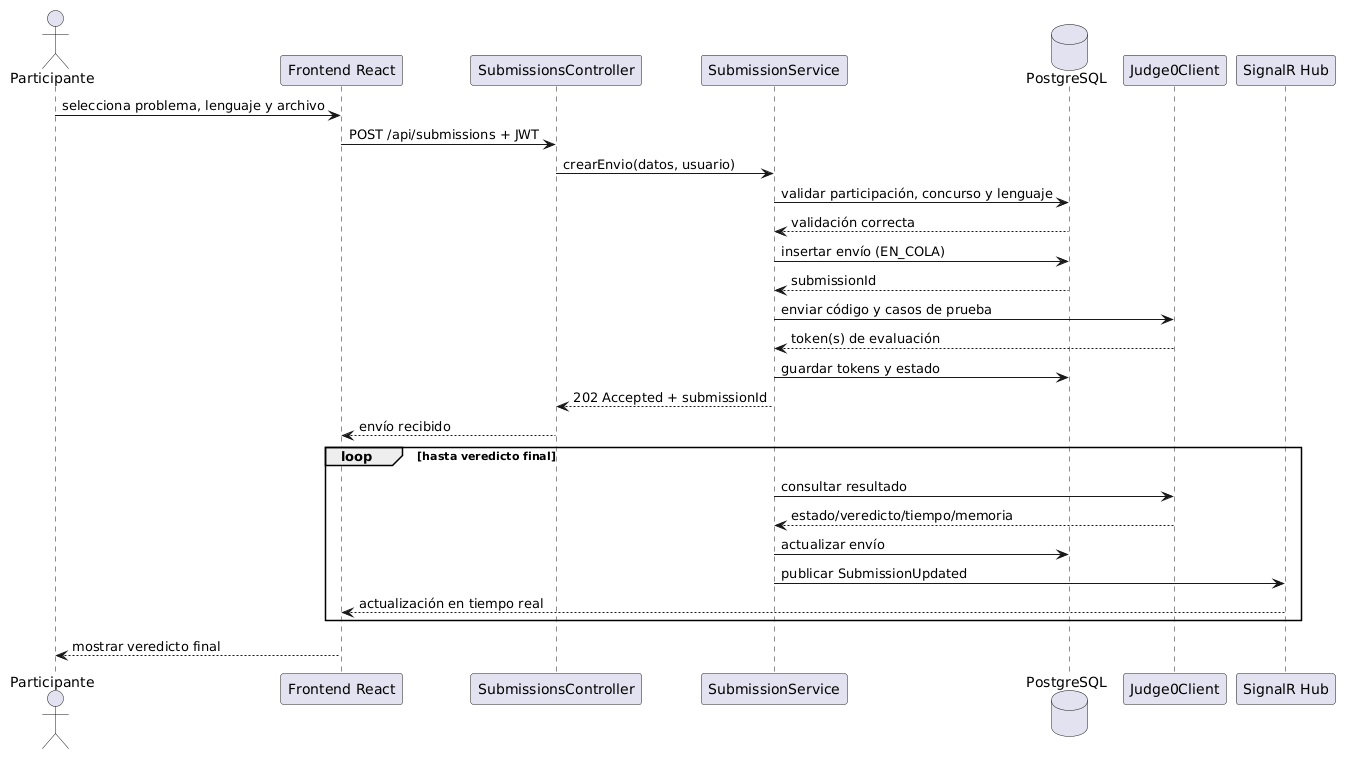
This is docs/images/secuencia-envio-solucion.png from Alex-Fernandez-2003/UPDS-JUDGE-FRONT, a PlantUML export, as it was before one commit. Source of this version:
```plantuml
@startuml
actor Participante
participant "Frontend React" as Front
participant "SubmissionsController" as Controller
participant "SubmissionService" as Service
database "PostgreSQL" as DB
participant "Judge0Client" as Judge
participant "SignalR Hub" as Hub
Participante -> Front : selecciona problema, lenguaje y archivo
Front -> Controller : POST /api/submissions + JWT
Controller -> Service : crearEnvio(datos, usuario)
Service -> DB : validar participación, concurso y lenguaje
DB --> Service : validación correcta
Service -> DB : insertar envío (EN_COLA)
DB --> Service : submissionId
Service -> Judge : enviar código y casos de prueba
Judge --> Service : token(s) de evaluación
Service -> DB : guardar tokens y estado
Service --> Controller : 202 Accepted + submissionId
Controller --> Front : envío recibido
loop hasta veredicto final
  Service -> Judge : consultar resultado
  Judge --> Service : estado/veredicto/tiempo/memoria
  Service -> DB : actualizar envío
  Service -> Hub : publicar SubmissionUpdated
  Hub --> Front : actualización en tiempo real
end
Front --> Participante : mostrar veredicto final
@enduml
```
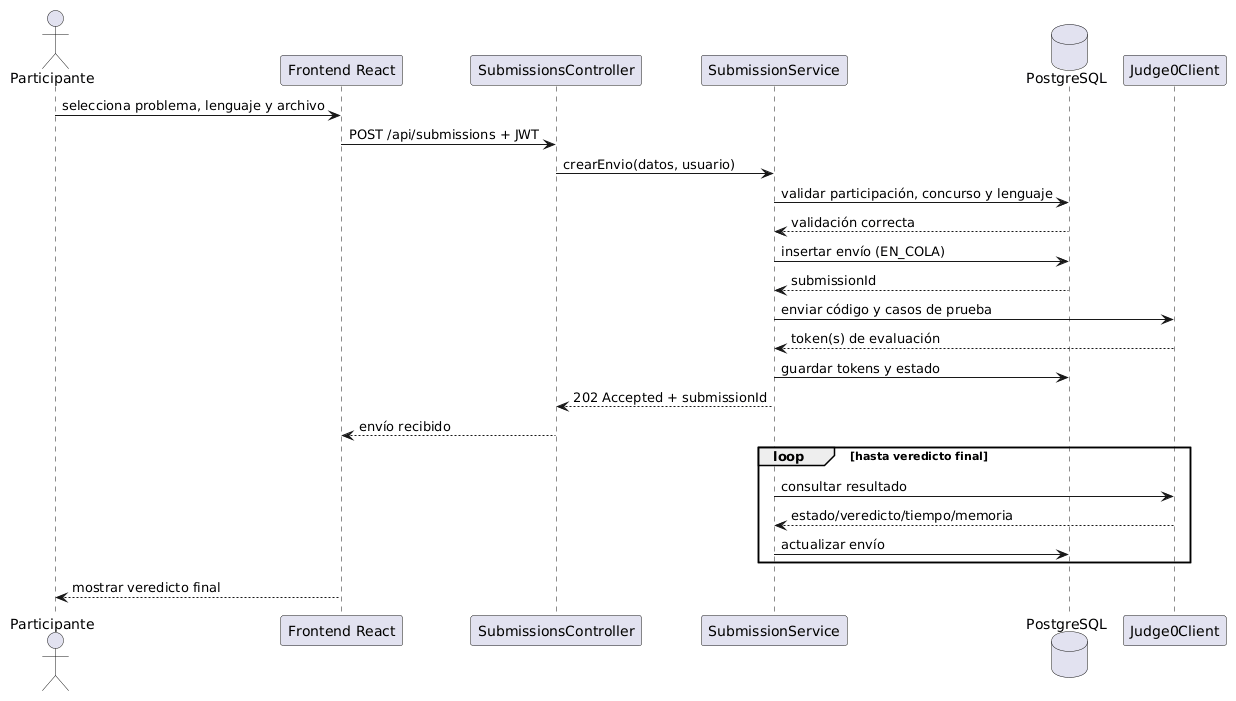
Later version of the same file.

Diff of the diagram source:
```diff
@@ -5,7 +5,6 @@
 participant "SubmissionService" as Service
 database "PostgreSQL" as DB
 participant "Judge0Client" as Judge
-participant "SignalR Hub" as Hub
 Participante -> Front : selecciona problema, lenguaje y archivo
 Front -> Controller : POST /api/submissions + JWT
 Controller -> Service : crearEnvio(datos, usuario)
@@ -22,8 +21,6 @@
   Service -> Judge : consultar resultado
   Judge --> Service : estado/veredicto/tiempo/memoria
   Service -> DB : actualizar envío
-  Service -> Hub : publicar SubmissionUpdated
-  Hub --> Front : actualización en tiempo real
 end
 Front --> Participante : mostrar veredicto final
 @enduml
```
